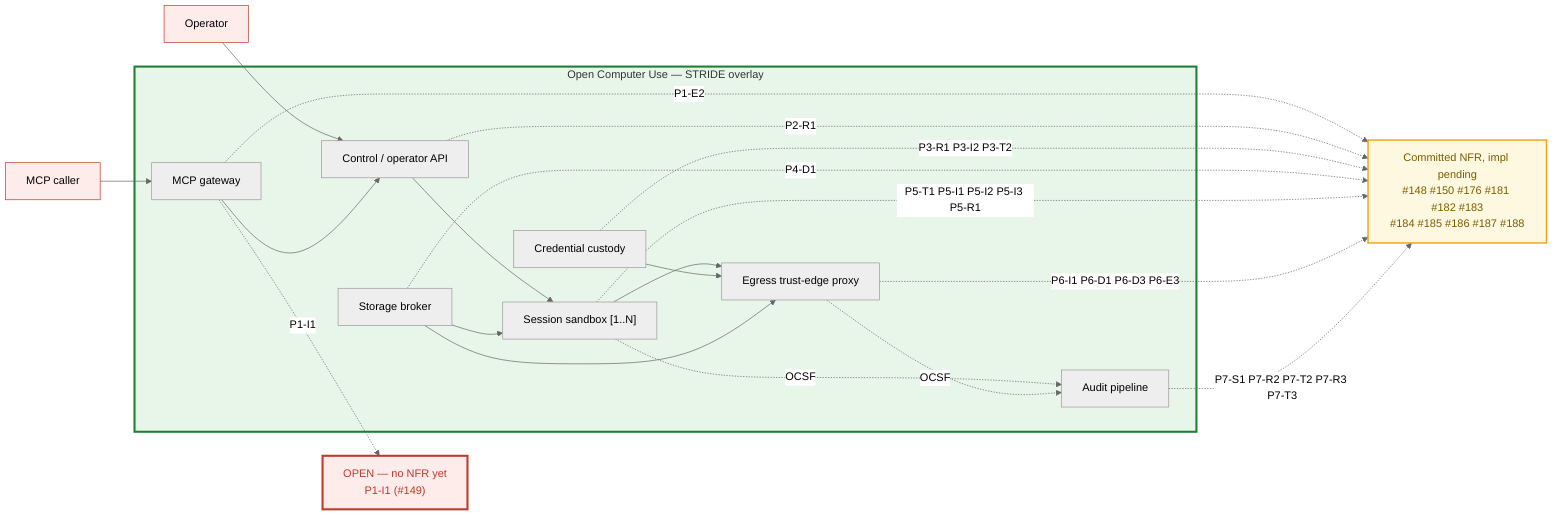
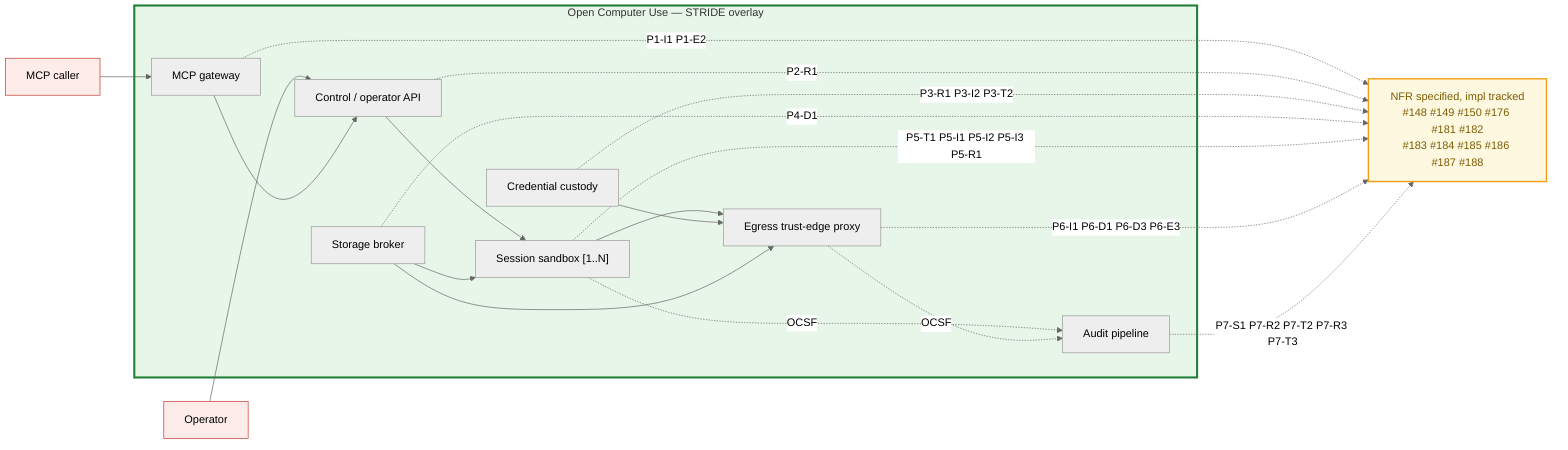
%% SPDX-License-Identifier: FSL-1.1-Apache-2.0
%% Copyright (c) 2025 Open Computer Use Contributors
%% Layer 7 STRIDE overlay on the Layer 6 container DFD. Referenced from docs/architecture/06-threat-model.md.
- %% OPEN/residual threats annotated per element; the DFD itself is canonical in c4-container.mmd (not redrawn).
+ %% Residual (PARTIAL) threats annotated per element; the DFD itself is canonical in c4-container.mmd (not redrawn).
%%{init: {"theme": "neutral"} }%%
flowchart LR
    PEER["MCP caller"]:::ext
    OPER["Operator"]:::ext
    subgraph OCU["Open Computer Use — STRIDE overlay"]
        MCPG["MCP gateway"]
        CTRL["Control / operator API"]
        CUST["Credential custody"]
        STORE["Storage broker"]
        VM["Session sandbox [1..N]"]
        EDGE["Egress trust-edge proxy"]
        AUD["Audit pipeline"]
    end
    PEER --> MCPG
    OPER --> CTRL
    MCPG --> CTRL
    CTRL --> VM
    STORE --> VM
    VM --> EDGE
    CUST --> EDGE
    STORE --> EDGE
    VM -.OCSF.-> AUD
    EDGE -.OCSF.-> AUD

-     OPEN["OPEN — no NFR yet<br/>P1-I1 (#149)"]:::open
-     PEND["Committed NFR, impl pending<br/>#148 #150 #176 #181 #182 #183<br/>#184 #185 #186 #187 #188"]:::pend
-     MCPG -. P1-I1 .-> OPEN
-     MCPG -. P1-E2 .-> PEND
+     PEND["NFR specified, impl tracked<br/>#148 #149 #150 #176 #181 #182<br/>#183 #184 #185 #186 #187 #188"]:::pend
+     MCPG -. P1-I1 P1-E2 .-> PEND
    CTRL -. P2-R1 .-> PEND
    CUST -. P3-R1 P3-I2 P3-T2 .-> PEND
    STORE -. P4-D1 .-> PEND
    VM -. P5-T1 P5-I1 P5-I2 P5-I3 P5-R1 .-> PEND
    EDGE -. P6-I1 P6-D1 P6-D3 P6-E3 .-> PEND
    AUD -. P7-S1 P7-R2 P7-T2 P7-R3 P7-T3 .-> PEND

    classDef ext fill:#fdecea,stroke:#c0392b,stroke-width:1px;
-     classDef open fill:#fdecea,stroke:#c0392b,stroke-width:3px,color:#c0392b;
    classDef pend fill:#fff8e1,stroke:#f39c12,stroke-width:2px,color:#7a5c00;
    style OCU fill:#e8f5e9,stroke:#1e7e34,stroke-width:3px;
